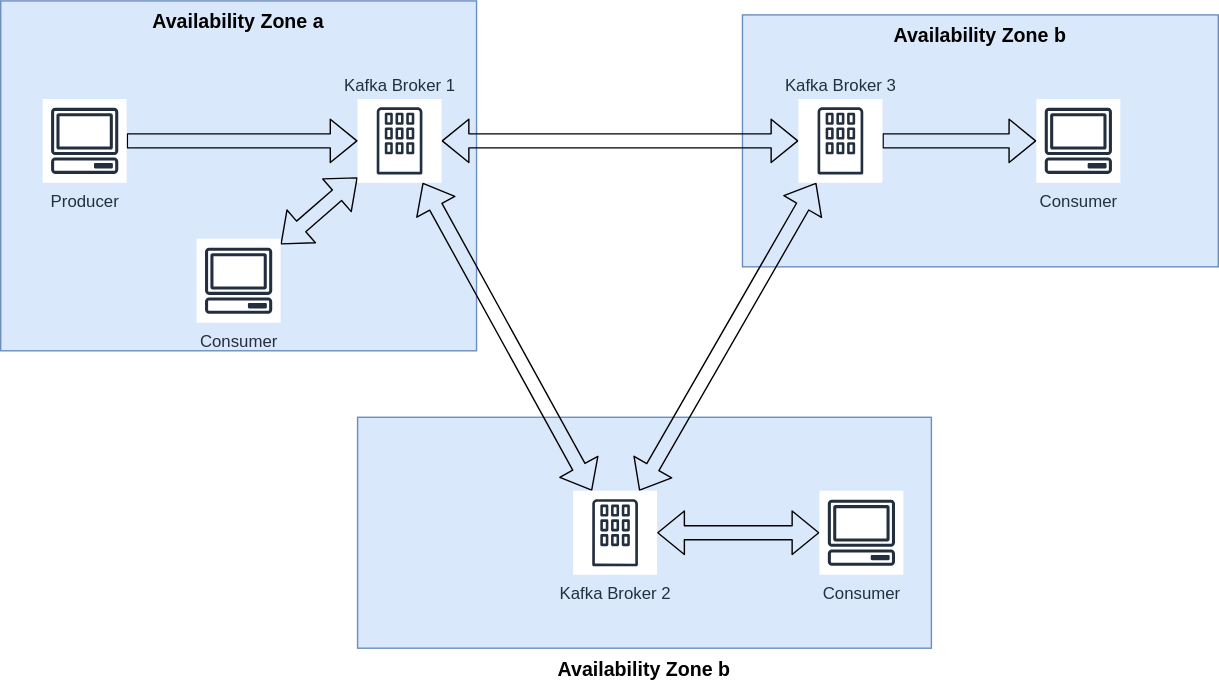
paseaf/kafka-benchmarking keeps this draw.io diagram as diagrams/benchmark-system-setup.drawio.svg. Above is the earlier version. Source tidied: cells renumbered, new cells last; positions are measured from the earlier drawing's top-left corner, leaving out a move shared by most shapes.
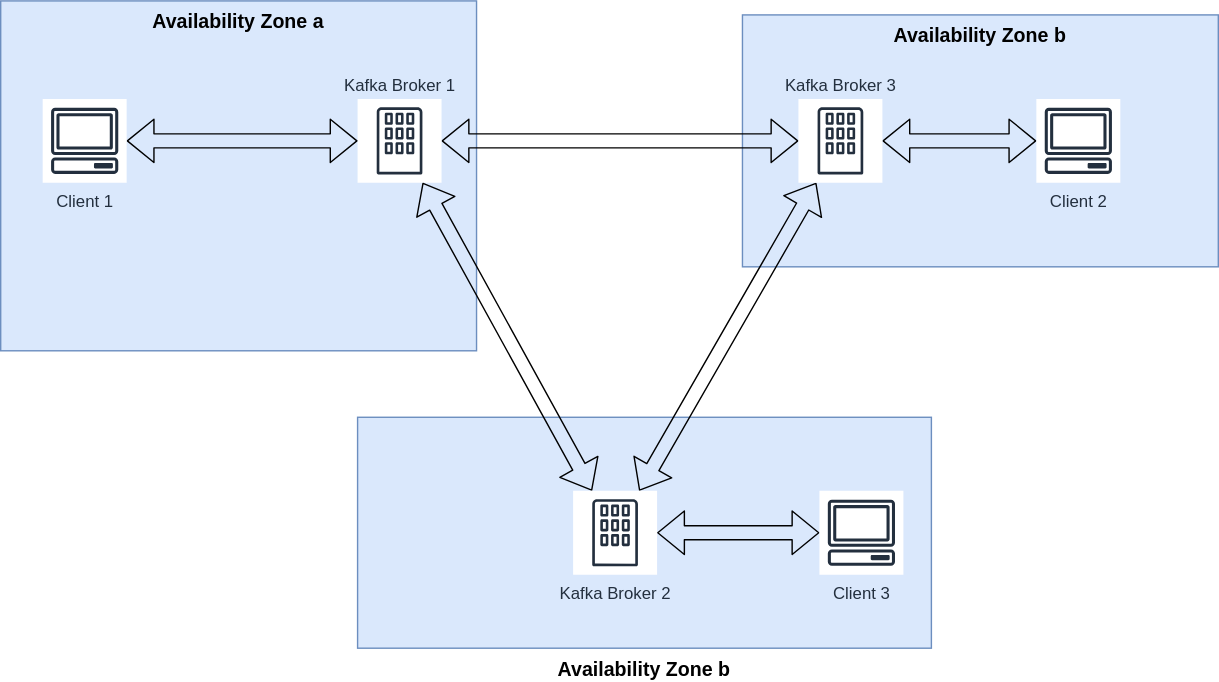
Above is the later version.

Commit message:
add kafka client provision; reduce vm size

Change to the diagram source:
```diff
@@ -14,22 +14,19 @@
     <mxCell id="5" style="edgeStyle=none;shape=flexArrow;html=1;startArrow=block;" parent="1" edge="1" source="7" target="16">
       <mxGeometry relative="1" as="geometry" />
     </mxCell>
-    <mxCell id="6" style="edgeStyle=none;html=1;shape=flexArrow;startArrow=block;" parent="1" edge="1" source="7" target="18">
-      <mxGeometry relative="1" as="geometry" />
-    </mxCell>
     <mxCell id="7" value="Kafka Broker 1" style="outlineConnect=0;fontColor=#232F3E;gradientColor=none;strokeColor=#232F3E;fillColor=#ffffff;dashed=0;verticalLabelPosition=top;verticalAlign=bottom;align=center;html=1;fontSize=12;fontStyle=0;shape=mxgraph.aws4.resourceIcon;resIcon=mxgraph.aws4.corporate_data_center;labelPosition=center;" parent="1" vertex="1">
       <mxGeometry x="255" y="70" width="60" height="60" as="geometry" />
     </mxCell>
-    <mxCell id="8" style="edgeStyle=none;html=1;shape=flexArrow;" parent="1" edge="1" source="9" target="7">
+    <mxCell id="8" style="edgeStyle=none;html=1;shape=flexArrow;startArrow=block;" parent="1" edge="1" source="9" target="7">
       <mxGeometry relative="1" as="geometry" />
     </mxCell>
-    <mxCell id="9" value="Producer" style="outlineConnect=0;fontColor=#232F3E;gradientColor=none;strokeColor=#232F3E;fillColor=#ffffff;dashed=0;verticalLabelPosition=bottom;verticalAlign=top;align=center;html=1;fontSize=12;fontStyle=0;shape=mxgraph.aws4.resourceIcon;resIcon=mxgraph.aws4.client;" parent="1" vertex="1">
+    <mxCell id="9" value="Client 1" style="outlineConnect=0;fontColor=#232F3E;gradientColor=none;strokeColor=#232F3E;fillColor=#ffffff;dashed=0;verticalLabelPosition=bottom;verticalAlign=top;align=center;html=1;fontSize=12;fontStyle=0;shape=mxgraph.aws4.resourceIcon;resIcon=mxgraph.aws4.client;" parent="1" vertex="1">
       <mxGeometry x="30" y="70" width="60" height="60" as="geometry" />
     </mxCell>
-    <mxCell id="10" style="edgeStyle=none;shape=flexArrow;html=1;" parent="1" edge="1" source="16" target="11">
+    <mxCell id="10" style="edgeStyle=none;shape=flexArrow;html=1;startArrow=block;" parent="1" edge="1" source="16" target="11">
       <mxGeometry relative="1" as="geometry" />
     </mxCell>
-    <mxCell id="11" value="Consumer" style="outlineConnect=0;fontColor=#232F3E;gradientColor=none;strokeColor=#232F3E;fillColor=#ffffff;dashed=0;verticalLabelPosition=bottom;verticalAlign=top;align=center;html=1;fontSize=12;fontStyle=0;shape=mxgraph.aws4.resourceIcon;resIcon=mxgraph.aws4.client;" parent="1" vertex="1">
+    <mxCell id="11" value="Client 2" style="outlineConnect=0;fontColor=#232F3E;gradientColor=none;strokeColor=#232F3E;fillColor=#ffffff;dashed=0;verticalLabelPosition=bottom;verticalAlign=top;align=center;html=1;fontSize=12;fontStyle=0;shape=mxgraph.aws4.resourceIcon;resIcon=mxgraph.aws4.client;" parent="1" vertex="1">
       <mxGeometry x="740" y="70" width="60" height="60" as="geometry" />
     </mxCell>
     <mxCell id="12" style="edgeStyle=none;html=1;shape=flexArrow;startArrow=block;" parent="1" edge="1" source="15" target="7">
@@ -47,11 +44,8 @@
     <mxCell id="16" value="Kafka Broker 3" style="outlineConnect=0;fontColor=#232F3E;gradientColor=none;strokeColor=#232F3E;fillColor=#ffffff;dashed=0;verticalLabelPosition=top;verticalAlign=bottom;align=center;html=1;fontSize=12;fontStyle=0;shape=mxgraph.aws4.resourceIcon;resIcon=mxgraph.aws4.corporate_data_center;labelPosition=center;" parent="1" vertex="1">
       <mxGeometry x="570" y="70" width="60" height="60" as="geometry" />
     </mxCell>
-    <mxCell id="17" value="Consumer" style="outlineConnect=0;fontColor=#232F3E;gradientColor=none;strokeColor=#232F3E;fillColor=#ffffff;dashed=0;verticalLabelPosition=bottom;verticalAlign=top;align=center;html=1;fontSize=12;fontStyle=0;shape=mxgraph.aws4.resourceIcon;resIcon=mxgraph.aws4.client;" parent="1" vertex="1">
+    <mxCell id="17" value="Client 3" style="outlineConnect=0;fontColor=#232F3E;gradientColor=none;strokeColor=#232F3E;fillColor=#ffffff;dashed=0;verticalLabelPosition=bottom;verticalAlign=top;align=center;html=1;fontSize=12;fontStyle=0;shape=mxgraph.aws4.resourceIcon;resIcon=mxgraph.aws4.client;" parent="1" vertex="1">
       <mxGeometry x="585" y="350" width="60" height="60" as="geometry" />
     </mxCell>
-    <mxCell id="18" value="Consumer" style="outlineConnect=0;fontColor=#232F3E;gradientColor=none;strokeColor=#232F3E;fillColor=#ffffff;dashed=0;verticalLabelPosition=bottom;verticalAlign=top;align=center;html=1;fontSize=12;fontStyle=0;shape=mxgraph.aws4.resourceIcon;resIcon=mxgraph.aws4.client;" parent="1" vertex="1">
-      <mxGeometry x="140" y="170" width="60" height="60" as="geometry" />
-    </mxCell>
   </root>
 </mxGraphModel>
```
